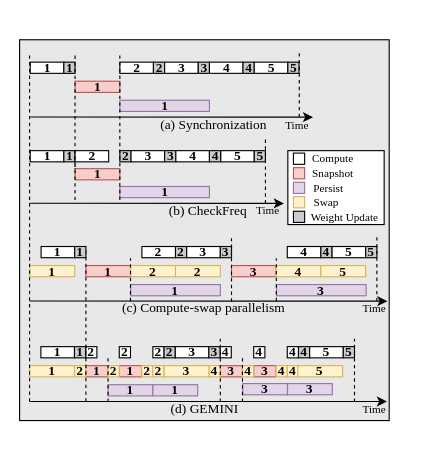
This is fig/pipeline_mot.drawio from icszhr/NCheck, a draw.io file, before an edit. Source tidied: cells renumbered, new cells numbered last; positions are measured from the earlier drawing's top-left corner, leaving out a move shared by most shapes. Both pictures are drawn from the tidied source at 112%, with x=0, y=0 at pixel (19, 39).
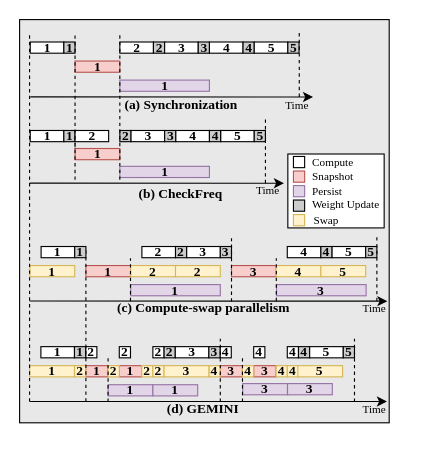
The same page after the edit.

What changed in the source:
```diff
@@
     <mxCell id="2" style="rounded=0;whiteSpace=wrap;html=1;fontFamily=Times New Roman;fillColor=#E8E8E8;fontSize=12;fontStyle=1;labelPosition=center;verticalLabelPosition=middle;align=center;verticalAlign=middle;spacing=0;" parent="1" vertex="1">
-      <mxGeometry width="330" height="340" as="geometry" />
+      <mxGeometry y="-18" width="330" height="360" as="geometry" />
     </mxCell>
     <mxCell id="3" style="rounded=0;whiteSpace=wrap;html=1;" parent="1" vertex="1">
-      <mxGeometry x="239.5" y="99" width="86" height="66" as="geometry" />
+      <mxGeometry x="239.5" y="102" width="86" height="66" as="geometry" />
     </mxCell>
     <mxCell id="4" value="1" style="whiteSpace=wrap;fontFamily=Times New Roman;fontSize=12;fontStyle=1;labelPosition=center;verticalLabelPosition=middle;align=center;verticalAlign=middle;spacing=0;" parent="1" vertex="1">
-      <mxGeometry x="9.5" y="20" width="30" height="10" as="geometry" />
+      <mxGeometry x="9.5" y="2" width="30" height="10" as="geometry" />
     </mxCell>
     <mxCell id="5" value="1" style="whiteSpace=wrap;fillColor=#e1d5e7;fontFamily=Times New Roman;fontSize=12;fontStyle=1;labelPosition=center;verticalLabelPosition=middle;align=center;verticalAlign=middle;spacing=0;strokeColor=#9673a6;" parent="1" vertex="1">
-      <mxGeometry x="89.5" y="54" width="80" height="10" as="geometry" />
+      <mxGeometry x="89.5" y="36" width="80" height="10" as="geometry" />
     </mxCell>
     <mxCell id="6" value="1" style="whiteSpace=wrap;fillColor=#f8cecc;fontFamily=Times New Roman;fontSize=12;fontStyle=1;labelPosition=center;verticalLabelPosition=middle;align=center;verticalAlign=middle;spacing=0;strokeColor=#b85450;" parent="1" vertex="1">
-      <mxGeometry x="49.5" y="37" width="40" height="10" as="geometry" />
+      <mxGeometry x="49.5" y="19" width="40" height="10" as="geometry" />
     </mxCell>
     <mxCell id="7" style="whiteSpace=wrap;html=1;fillColor=#FFFFFF;fontFamily=Times New Roman;" parent="1" vertex="1">
-      <mxGeometry x="244.5" y="101.2" width="10" height="10" as="geometry" />
+      <mxGeometry x="244.5" y="104.2" width="10" height="10" as="geometry" />
     </mxCell>
     <mxCell id="8" style="whiteSpace=wrap;html=1;fillColor=#f8cecc;fontFamily=Times New Roman;strokeColor=#b85450;" parent="1" vertex="1">
-      <mxGeometry x="244.5" y="114.2" width="10" height="10" as="geometry" />
+      <mxGeometry x="244.5" y="117.2" width="10" height="10" as="geometry" />
     </mxCell>
     <mxCell id="9" style="whiteSpace=wrap;html=1;fillColor=#fff2cc;fontFamily=Times New Roman;strokeColor=#d6b656;" parent="1" vertex="1">
-      <mxGeometry x="244.5" y="140.1" width="10" height="10" as="geometry" />
+      <mxGeometry x="244.5" y="156.1" width="10" height="10" as="geometry" />
     </mxCell>
     <mxCell id="10" style="whiteSpace=wrap;html=1;fillColor=#e1d5e7;fontFamily=Times New Roman;strokeColor=#9673a6;" parent="1" vertex="1">
-      <mxGeometry x="244.5" y="127.2" width="10" height="10" as="geometry" />
+      <mxGeometry x="244.5" y="130.2" width="10" height="10" as="geometry" />
     </mxCell>
     <mxCell id="11" value="&lt;p style=&quot;line-height: 100%;&quot;&gt;&lt;font style=&quot;font-size: 10px;&quot;&gt;Compute&lt;/font&gt;&lt;/p&gt;" style="text;html=1;align=center;verticalAlign=middle;whiteSpace=wrap;rounded=0;fontFamily=Times New Roman;" parent="1" vertex="1">
-      <mxGeometry x="254.5" y="101.2" width="50" height="10" as="geometry" />
+      <mxGeometry x="254.5" y="104.2" width="50" height="10" as="geometry" />
     </mxCell>
     <mxCell id="12" value="&lt;p style=&quot;line-height: 100%;&quot;&gt;&lt;font style=&quot;font-size: 10px;&quot;&gt;Swap&lt;/font&gt;&lt;/p&gt;" style="text;html=1;align=center;verticalAlign=middle;whiteSpace=wrap;rounded=0;fontFamily=Times New Roman;" parent="1" vertex="1">
-      <mxGeometry x="248.5" y="140.1" width="50" height="10" as="geometry" />
+      <mxGeometry x="248.5" y="156.1" width="50" height="10" as="geometry" />
     </mxCell>
     <mxCell id="13" value="&lt;p style=&quot;line-height: 100%;&quot;&gt;&lt;span style=&quot;font-size: 10px;&quot;&gt;Snapshot&lt;/span&gt;&lt;/p&gt;" style="text;html=1;align=center;verticalAlign=middle;whiteSpace=wrap;rounded=0;fontFamily=Times New Roman;" parent="1" vertex="1">
-      <mxGeometry x="254.5" y="114.2" width="50" height="10" as="geometry" />
+      <mxGeometry x="254.5" y="117.2" width="50" height="10" as="geometry" />
     </mxCell>
     <mxCell id="14" value="&lt;p style=&quot;line-height: 100%;&quot;&gt;&lt;font style=&quot;font-size: 10px;&quot;&gt;Persist&lt;/font&gt;&lt;/p&gt;" style="text;html=1;align=center;verticalAlign=middle;whiteSpace=wrap;rounded=0;fontFamily=Times New Roman;" parent="1" vertex="1">
-      <mxGeometry x="250.5" y="127.2" width="50" height="10" as="geometry" />
+      <mxGeometry x="249.5" y="130.2" width="50" height="10" as="geometry" />
     </mxCell>
     <mxCell id="15" value="1" style="whiteSpace=wrap;fontFamily=Times New Roman;fontSize=12;fontStyle=1;labelPosition=center;verticalLabelPosition=middle;align=center;verticalAlign=middle;spacing=0;fillColor=#CCCCCC;" parent="1" vertex="1">
-      <mxGeometry x="39.5" y="20" width="10" height="10" as="geometry" />
+      <mxGeometry x="39.5" y="2" width="10" height="10" as="geometry" />
     </mxCell>
     <mxCell id="16" value="2" style="whiteSpace=wrap;fontFamily=Times New Roman;fontSize=12;fontStyle=1;labelPosition=center;verticalLabelPosition=middle;align=center;verticalAlign=middle;spacing=0;" parent="1" vertex="1">
-      <mxGeometry x="89.5" y="20" width="30" height="10" as="geometry" />
+      <mxGeometry x="89.5" y="2" width="30" height="10" as="geometry" />
     </mxCell>
     <mxCell id="17" value="2" style="whiteSpace=wrap;fontFamily=Times New Roman;fontSize=12;fontStyle=1;labelPosition=center;verticalLabelPosition=middle;align=center;verticalAlign=middle;spacing=0;fillColor=#CCCCCC;" parent="1" vertex="1">
-      <mxGeometry x="119.5" y="20" width="10" height="10" as="geometry" />
+      <mxGeometry x="119.5" y="2" width="10" height="10" as="geometry" />
     </mxCell>
     <mxCell id="18" value="3" style="whiteSpace=wrap;fontFamily=Times New Roman;fontSize=12;fontStyle=1;labelPosition=center;verticalLabelPosition=middle;align=center;verticalAlign=middle;spacing=0;" parent="1" vertex="1">
-      <mxGeometry x="129.5" y="20" width="30" height="10" as="geometry" />
+      <mxGeometry x="129.5" y="2" width="30" height="10" as="geometry" />
     </mxCell>
     <mxCell id="19" value="3" style="whiteSpace=wrap;fontFamily=Times New Roman;fontSize=12;fontStyle=1;labelPosition=center;verticalLabelPosition=middle;align=center;verticalAlign=middle;spacing=0;fillColor=#CCCCCC;" parent="1" vertex="1">
-      <mxGeometry x="159.5" y="20" width="10" height="10" as="geometry" />
+      <mxGeometry x="159.5" y="2" width="10" height="10" as="geometry" />
     </mxCell>
-    <mxCell id="20" value="(a) Synchronization" style="text;html=1;align=center;verticalAlign=middle;whiteSpace=wrap;rounded=0;fontFamily=Times New Roman;fontSize=12;fontStyle=0;labelPosition=center;verticalLabelPosition=middle;spacing=0;" parent="1" vertex="1">
-      <mxGeometry x="121.5" y="61" width="103" height="30" as="geometry" />
+    <mxCell id="20" value="&lt;b&gt;(a) Synchronization&lt;/b&gt;" style="text;html=1;align=center;verticalAlign=middle;whiteSpace=wrap;rounded=0;fontFamily=Times New Roman;fontSize=12;fontStyle=0;labelPosition=center;verticalLabelPosition=middle;spacing=0;" parent="1" vertex="1">
+      <mxGeometry x="92.7" y="43" width="103" height="30" as="geometry" />
     </mxCell>
-    <mxCell id="21" value="(b) CheckFreq" style="text;html=1;align=center;verticalAlign=middle;whiteSpace=wrap;rounded=0;fontFamily=Times New Roman;fontSize=12;fontStyle=0;labelPosition=center;verticalLabelPosition=middle;spacing=0;" parent="1" vertex="1">
-      <mxGeometry x="132.8" y="138.1" width="70.5" height="30" as="geometry" />
+    <mxCell id="21" value="&lt;b&gt;(b) CheckFreq&lt;/b&gt;" style="text;html=1;align=center;verticalAlign=middle;whiteSpace=wrap;rounded=0;fontFamily=Times New Roman;fontSize=12;fontStyle=0;labelPosition=center;verticalLabelPosition=middle;spacing=0;" parent="1" vertex="1">
+      <mxGeometry x="107.1" y="123" width="74.2" height="30" as="geometry" />
     </mxCell>
     <mxCell id="22" value="1" style="whiteSpace=wrap;fontSize=12;fontFamily=Times New Roman;fontStyle=1;labelPosition=center;verticalLabelPosition=middle;align=center;verticalAlign=middle;spacing=0;" parent="1" vertex="1">
-      <mxGeometry x="9.5" y="99" width="30" height="10" as="geometry" />
+      <mxGeometry x="9.5" y="81" width="30" height="10" as="geometry" />
     </mxCell>
     <mxCell id="23" value="1" style="whiteSpace=wrap;fillColor=#e1d5e7;fontSize=12;fontFamily=Times New Roman;fontStyle=1;labelPosition=center;verticalLabelPosition=middle;align=center;verticalAlign=middle;spacing=0;strokeColor=#9673a6;" parent="1" vertex="1">
-      <mxGeometry x="89.5" y="131" width="80" height="10" as="geometry" />
+      <mxGeometry x="89.5" y="113" width="80" height="10" as="geometry" />
     </mxCell>
     <mxCell id="24" value="1" style="whiteSpace=wrap;fillColor=#f8cecc;fontSize=12;fontFamily=Times New Roman;fontStyle=1;labelPosition=center;verticalLabelPosition=middle;align=center;verticalAlign=middle;spacing=0;strokeColor=#b85450;" parent="1" vertex="1">
-      <mxGeometry x="49.5" y="115.1" width="40" height="10" as="geometry" />
+      <mxGeometry x="49.5" y="97.1" width="40" height="10" as="geometry" />
     </mxCell>
@@
     <mxCell id="26" value="1" style="whiteSpace=wrap;fontSize=12;fontFamily=Times New Roman;fontStyle=1;labelPosition=center;verticalLabelPosition=middle;align=center;verticalAlign=middle;spacing=0;fillColor=#CCCCCC;" parent="1" vertex="1">
-      <mxGeometry x="39.5" y="99" width="10" height="10" as="geometry" />
+      <mxGeometry x="39.5" y="81" width="10" height="10" as="geometry" />
     </mxCell>
     <mxCell id="27" value="2" style="whiteSpace=wrap;fontSize=12;fontFamily=Times New Roman;fontStyle=1;labelPosition=center;verticalLabelPosition=middle;align=center;verticalAlign=middle;spacing=0;" parent="1" vertex="1">
-      <mxGeometry x="49.5" y="99" width="30" height="10" as="geometry" />
+      <mxGeometry x="49.5" y="81" width="30" height="10" as="geometry" />
     </mxCell>
     <mxCell id="28" value="2" style="whiteSpace=wrap;fontSize=12;fontFamily=Times New Roman;fontStyle=1;labelPosition=center;verticalLabelPosition=middle;align=center;verticalAlign=middle;spacing=0;fillColor=#CCCCCC;" parent="1" vertex="1">
-      <mxGeometry x="89.5" y="99" width="10" height="10" as="geometry" />
+      <mxGeometry x="89.5" y="81" width="10" height="10" as="geometry" />
     </mxCell>
     <mxCell id="29" value="3" style="whiteSpace=wrap;fontSize=12;fontFamily=Times New Roman;fontStyle=1;labelPosition=center;verticalLabelPosition=middle;align=center;verticalAlign=middle;spacing=0;" parent="1" vertex="1">
-      <mxGeometry x="99.5" y="99" width="30" height="10" as="geometry" />
+      <mxGeometry x="99.5" y="81" width="30" height="10" as="geometry" />
     </mxCell>
     <mxCell id="30" value="3" style="whiteSpace=wrap;fontSize=12;fontFamily=Times New Roman;fontStyle=1;labelPosition=center;verticalLabelPosition=middle;align=center;verticalAlign=middle;spacing=0;fillColor=#CCCCCC;" parent="1" vertex="1">
-      <mxGeometry x="129.5" y="99" width="10" height="10" as="geometry" />
+      <mxGeometry x="129.5" y="81" width="10" height="10" as="geometry" />
     </mxCell>
     <mxCell id="31" value="4" style="whiteSpace=wrap;fontFamily=Times New Roman;fontSize=12;fontStyle=1;labelPosition=center;verticalLabelPosition=middle;align=center;verticalAlign=middle;spacing=0;" parent="1" vertex="1">
-      <mxGeometry x="169.5" y="20" width="30" height="10" as="geometry" />
+      <mxGeometry x="169.5" y="2" width="30" height="10" as="geometry" />
     </mxCell>
     <mxCell id="32" value="4" style="whiteSpace=wrap;fontFamily=Times New Roman;fontSize=12;fontStyle=1;labelPosition=center;verticalLabelPosition=middle;align=center;verticalAlign=middle;spacing=0;fillColor=#CCCCCC;" parent="1" vertex="1">
-      <mxGeometry x="199.5" y="20" width="10" height="10" as="geometry" />
+      <mxGeometry x="199.5" y="2" width="10" height="10" as="geometry" />
     </mxCell>
     <mxCell id="33" value="4" style="whiteSpace=wrap;fontSize=12;fontFamily=Times New Roman;fontStyle=1;labelPosition=center;verticalLabelPosition=middle;align=center;verticalAlign=middle;spacing=0;" parent="1" vertex="1">
-      <mxGeometry x="139.5" y="99" width="30" height="10" as="geometry" />
+      <mxGeometry x="139.5" y="81" width="30" height="10" as="geometry" />
     </mxCell>
     <mxCell id="34" value="5" style="whiteSpace=wrap;fontFamily=Times New Roman;fontSize=12;fontStyle=1;labelPosition=center;verticalLabelPosition=middle;align=center;verticalAlign=middle;spacing=0;" parent="1" vertex="1">
-      <mxGeometry x="209.5" y="20" width="30" height="10" as="geometry" />
+      <mxGeometry x="209.5" y="2" width="30" height="10" as="geometry" />
     </mxCell>
     <mxCell id="35" value="5" style="whiteSpace=wrap;fontFamily=Times New Roman;fontSize=12;fontStyle=1;labelPosition=center;verticalLabelPosition=middle;align=center;verticalAlign=middle;spacing=0;fillColor=#CCCCCC;" parent="1" vertex="1">
-      <mxGeometry x="239.5" y="20" width="10" height="10" as="geometry" />
+      <mxGeometry x="239.5" y="2" width="10" height="10" as="geometry" />
     </mxCell>
     <mxCell id="36" value="5" style="whiteSpace=wrap;fontFamily=Times New Roman;fontSize=12;fontStyle=1;labelPosition=center;verticalLabelPosition=middle;align=center;verticalAlign=middle;spacing=0;" parent="1" vertex="1">
-      <mxGeometry x="179.5" y="99" width="30" height="10" as="geometry" />
+      <mxGeometry x="179.5" y="81" width="30" height="10" as="geometry" />
     </mxCell>
     <mxCell id="37" value="5" style="whiteSpace=wrap;fontFamily=Times New Roman;fontSize=12;fontStyle=1;labelPosition=center;verticalLabelPosition=middle;align=center;verticalAlign=middle;spacing=0;fillColor=#CCCCCC;" parent="1" vertex="1">
-      <mxGeometry x="209.5" y="99" width="10" height="10" as="geometry" />
+      <mxGeometry x="209.5" y="81" width="10" height="10" as="geometry" />
     </mxCell>
     <mxCell id="38" value="4" style="whiteSpace=wrap;fontSize=12;fontFamily=Times New Roman;fontStyle=1;labelPosition=center;verticalLabelPosition=middle;align=center;verticalAlign=middle;spacing=0;fillColor=#CCCCCC;" parent="1" vertex="1">
-      <mxGeometry x="169.5" y="99" width="10" height="10" as="geometry" />
+      <mxGeometry x="169.5" y="81" width="10" height="10" as="geometry" />
     </mxCell>
     <mxCell id="39" style="whiteSpace=wrap;html=1;fontFamily=Times New Roman;fillStyle=auto;fillColor=#CCCCCC;" parent="1" vertex="1">
-      <mxGeometry x="244.5" y="153.1" width="10" height="10" as="geometry" />
+      <mxGeometry x="244.5" y="143.1" width="10" height="10" as="geometry" />
     </mxCell>
     <mxCell id="40" value="&lt;p style=&quot;line-height: 100%;&quot;&gt;&lt;font style=&quot;font-size: 10px;&quot;&gt;Weight Update&lt;/font&gt;&lt;/p&gt;" style="text;html=1;align=center;verticalAlign=middle;whiteSpace=wrap;rounded=0;fontFamily=Times New Roman;" parent="1" vertex="1">
-      <mxGeometry x="254.5" y="153.1" width="71" height="10" as="geometry" />
+      <mxGeometry x="255.5" y="142" width="71" height="10" as="geometry" />
     </mxCell>
-    <mxCell id="41" value="(c) Compute-swap parallelism" style="text;html=1;align=center;verticalAlign=middle;whiteSpace=wrap;rounded=0;fontFamily=Times New Roman;spacing=0;" parent="1" vertex="1">
+    <mxCell id="41" value="&lt;b&gt;(c) Compute-swap parallelism&lt;/b&gt;" style="text;html=1;align=center;verticalAlign=middle;whiteSpace=wrap;rounded=0;fontFamily=Times New Roman;spacing=0;" parent="1" vertex="1">
       <mxGeometry x="86.7" y="229.6" width="155" height="21.5" as="geometry" />
     </mxCell>
-    <mxCell id="42" value="(d) GEMINI" style="text;html=1;align=center;verticalAlign=middle;whiteSpace=wrap;rounded=0;fontFamily=Times New Roman;" parent="1" vertex="1">
-      <mxGeometry x="132.8" y="315" width="64.5" height="30" as="geometry" />
+    <mxCell id="42" value="&lt;b&gt;(d) GEMINI&lt;/b&gt;" style="text;html=1;align=center;verticalAlign=middle;whiteSpace=wrap;rounded=0;fontFamily=Times New Roman;" parent="1" vertex="1">
+      <mxGeometry x="125.1" y="315" width="78.2" height="30" as="geometry" />
     </mxCell>
@@
     <mxCell id="102" style="endArrow=classic;html=1;rounded=0;" parent="1" edge="1">
       <mxGeometry relative="1" as="geometry">
-        <mxPoint x="9" y="146" as="sourcePoint" />
-        <mxPoint x="236" y="146.1" as="targetPoint" />
+        <mxPoint x="9" y="128" as="sourcePoint" />
+        <mxPoint x="236" y="128.1" as="targetPoint" />
       </mxGeometry>
     </mxCell>
     <mxCell id="103" value="&lt;p style=&quot;line-height: 100%;&quot;&gt;&lt;font style=&quot;font-size: 10px;&quot;&gt;Time&lt;/font&gt;&lt;/p&gt;" style="text;html=1;align=center;verticalAlign=middle;whiteSpace=wrap;rounded=0;fontFamily=Times New Roman;" parent="1" vertex="1">
-      <mxGeometry x="197.4" y="147" width="50" height="10" as="geometry" />
+      <mxGeometry x="197.4" y="129" width="50" height="10" as="geometry" />
     </mxCell>
     <mxCell id="104" style="endArrow=classic;html=1;rounded=0;" parent="1" edge="1">
       <mxGeometry relative="1" as="geometry">
-        <mxPoint x="9.6" y="69" as="sourcePoint" />
-        <mxPoint x="262" y="69.1" as="targetPoint" />
+        <mxPoint x="9.6" y="51" as="sourcePoint" />
+        <mxPoint x="262" y="51.1" as="targetPoint" />
       </mxGeometry>
     </mxCell>
     <mxCell id="105" value="&lt;p style=&quot;line-height: 100%;&quot;&gt;&lt;font style=&quot;font-size: 10px;&quot;&gt;Time&lt;/font&gt;&lt;/p&gt;" style="text;html=1;align=center;verticalAlign=middle;whiteSpace=wrap;rounded=0;fontFamily=Times New Roman;" parent="1" vertex="1">
-      <mxGeometry x="223" y="71" width="50" height="10" as="geometry" />
+      <mxGeometry x="223" y="53" width="50" height="10" as="geometry" />
     </mxCell>
@@
     <mxCell id="108" style="endArrow=none;html=1;rounded=0;dashed=1;" parent="1" edge="1">
       <mxGeometry relative="1" as="geometry">
-        <mxPoint x="249.7" y="69" as="sourcePoint" />
-        <mxPoint x="249.7" y="11" as="targetPoint" />
+        <mxPoint x="249.7" y="51" as="sourcePoint" />
+        <mxPoint x="249.7" y="-7" as="targetPoint" />
       </mxGeometry>
     </mxCell>
     <mxCell id="109" style="endArrow=none;html=1;rounded=0;dashed=1;" parent="1" edge="1">
       <mxGeometry relative="1" as="geometry">
-        <mxPoint x="49.5" y="143.1" as="sourcePoint" />
-        <mxPoint x="49.5" y="13" as="targetPoint" />
+        <mxPoint x="49.5" y="125.1" as="sourcePoint" />
+        <mxPoint x="49.5" y="-5" as="targetPoint" />
       </mxGeometry>
     </mxCell>
     <mxCell id="110" style="endArrow=none;html=1;rounded=0;dashed=1;" parent="1" edge="1">
       <mxGeometry relative="1" as="geometry">
-        <mxPoint x="89.5" y="143" as="sourcePoint" />
-        <mxPoint x="89.5" y="12.9" as="targetPoint" />
+        <mxPoint x="89.5" y="125" as="sourcePoint" />
+        <mxPoint x="89.5" y="-5.1" as="targetPoint" />
       </mxGeometry>
     </mxCell>
     <mxCell id="111" style="endArrow=none;html=1;rounded=0;dashed=1;" parent="1" edge="1">
       <mxGeometry relative="1" as="geometry">
-        <mxPoint x="219.5" y="146.1" as="sourcePoint" />
-        <mxPoint x="219.5" y="89" as="targetPoint" />
+        <mxPoint x="219.5" y="128.1" as="sourcePoint" />
+        <mxPoint x="219.5" y="71" as="targetPoint" />
       </mxGeometry>
     </mxCell>
@@
     <mxCell id="116" style="endArrow=none;html=1;rounded=0;dashed=1;" parent="1" edge="1">
       <mxGeometry relative="1" as="geometry">
         <mxPoint x="8.9" y="323" as="sourcePoint" />
-        <mxPoint x="8.9" y="12.4" as="targetPoint" />
+        <mxPoint x="8.9" y="-4" as="targetPoint" />
       </mxGeometry>
     </mxCell>
```
